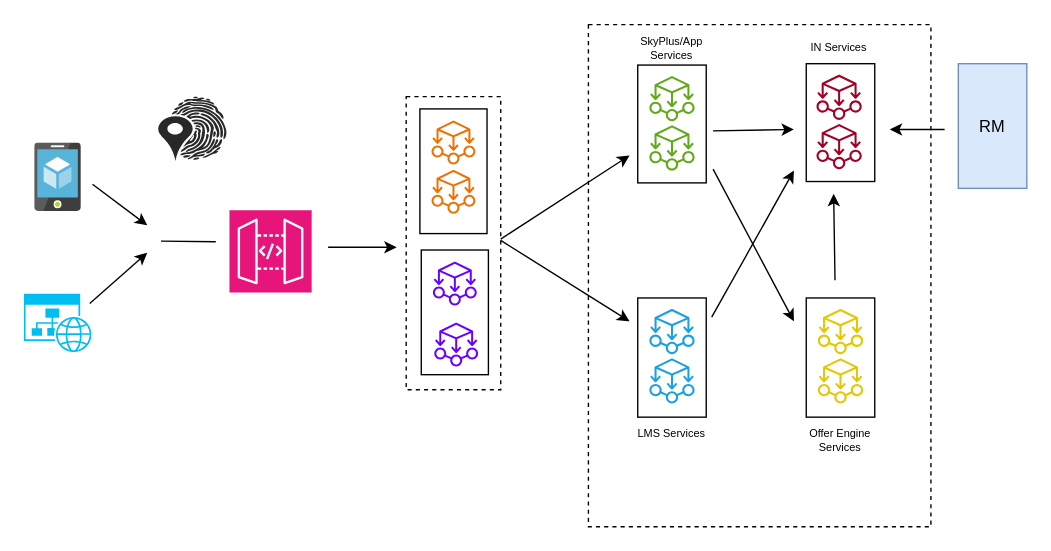
This is LM.drawio from nchauhan4/drawings, a draw.io file, before an edit. Source tidied: cells renumbered, new cells numbered last; positions are measured from the earlier drawing's top-left corner, leaving out a move shared by most shapes. Both pictures are drawn from the tidied source at 137%, with x=0, y=0 at pixel (23, 25).
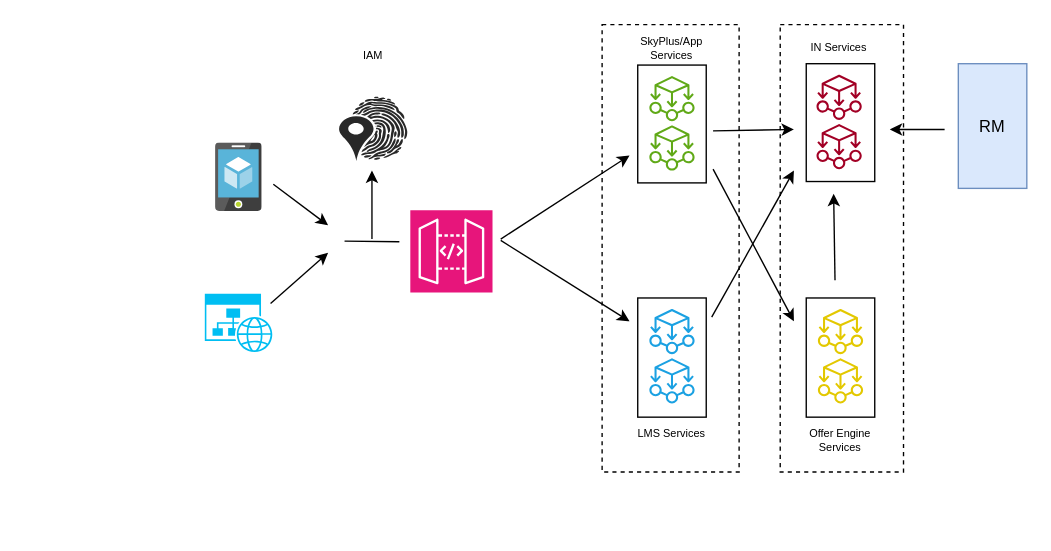
The same page after the edit.

Change to the diagram source:
```diff
@@
+    <mxCell id="42" style="rounded=0;whiteSpace=wrap;html=1;dashed=1;" parent="1" vertex="1">
+      <mxGeometry x="552" y="-0.5" width="90" height="326.5" as="geometry" />
+    </mxCell>
     <mxCell id="2" style="rounded=0;whiteSpace=wrap;html=1;dashed=1;" parent="1" vertex="1">
-      <mxGeometry x="412" y="-0.5" width="250" height="366.5" as="geometry" />
+      <mxGeometry x="422" y="-0.5" width="100" height="326.5" as="geometry" />
     </mxCell>
-    <mxCell id="3" style="rounded=0;whiteSpace=wrap;html=1;dashed=1;" parent="1" vertex="1">
-      <mxGeometry x="279" y="52" width="69" height="214" as="geometry" />
-    </mxCell>
     <mxCell id="4" style="image;sketch=0;html=1;align=center;fontSize=12;image=img/lib/mscae/App_Service_Mobile_App.svg;" parent="1" vertex="1">
-      <mxGeometry x="8" y="86" width="34" height="50" as="geometry" />
+      <mxGeometry x="140" y="86" width="34" height="50" as="geometry" />
     </mxCell>
     <mxCell id="5" style="verticalLabelPosition=bottom;html=1;verticalAlign=top;align=center;strokeColor=none;fillColor=#00BEF2;shape=mxgraph.azure.website_generic;" parent="1" vertex="1">
-      <mxGeometry y="196" width="50" height="42.5" as="geometry" />
+      <mxGeometry x="132" y="196" width="50" height="42.5" as="geometry" />
     </mxCell>
     <mxCell id="6" style="sketch=0;fontColor=#232F3E;fillColor=#E7157B;strokeColor=#ffffff;dashed=0;verticalLabelPosition=bottom;verticalAlign=top;align=center;html=1;fontSize=12;fontStyle=0;shape=mxgraph.aws4.resourceIcon;resIcon=mxgraph.aws4.api_gateway;" parent="1" vertex="1">
-      <mxGeometry x="150" y="135" width="60" height="60" as="geometry" />
+      <mxGeometry x="282" y="135" width="60" height="60" as="geometry" />
     </mxCell>
-    <mxCell id="7" style="rounded=0;whiteSpace=wrap;html=1;" parent="1" vertex="1">
-      <mxGeometry x="290" y="164" width="49" height="91" as="geometry" />
-    </mxCell>
-    <mxCell id="8" style="sketch=0;fontColor=#ffffff;fillColor=#6a00ff;strokeColor=#3700CC;dashed=0;verticalLabelPosition=bottom;verticalAlign=top;align=center;html=1;fontSize=12;fontStyle=0;shape=mxgraph.aws4.ec2_aws_microservice_extractor_for_net;" parent="1" vertex="1">
-      <mxGeometry x="298.5" y="172" width="32" height="33" as="geometry" />
-    </mxCell>
-    <mxCell id="9" style="sketch=0;fontColor=#ffffff;fillColor=#6a00ff;strokeColor=#3700CC;dashed=0;verticalLabelPosition=bottom;verticalAlign=top;align=center;html=1;fontSize=12;fontStyle=0;shape=mxgraph.aws4.ec2_aws_microservice_extractor_for_net;" parent="1" vertex="1">
-      <mxGeometry x="299.5" y="216.5" width="32" height="33" as="geometry" />
-    </mxCell>
-    <mxCell id="10" style="rounded=0;whiteSpace=wrap;html=1;" parent="1" vertex="1">
-      <mxGeometry x="289" y="61" width="49" height="91" as="geometry" />
-    </mxCell>
-    <mxCell id="11" style="sketch=0;fontColor=#ffffff;fillColor=#ED7100;strokeColor=#3700CC;dashed=0;verticalLabelPosition=bottom;verticalAlign=top;align=center;html=1;fontSize=12;fontStyle=0;shape=mxgraph.aws4.ec2_aws_microservice_extractor_for_net;" parent="1" vertex="1">
-      <mxGeometry x="297.5" y="69" width="32" height="33" as="geometry" />
-    </mxCell>
-    <mxCell id="12" style="sketch=0;fontColor=#ffffff;fillColor=#ED7100;strokeColor=#3700CC;dashed=0;verticalLabelPosition=bottom;verticalAlign=top;align=center;html=1;fontSize=12;fontStyle=0;shape=mxgraph.aws4.ec2_aws_microservice_extractor_for_net;" parent="1" vertex="1">
-      <mxGeometry x="297.5" y="105" width="32" height="33" as="geometry" />
-    </mxCell>
@@
     <mxCell id="30" style="endArrow=classic;html=1;rounded=0;" parent="1" edge="1">
       <mxGeometry relative="1" as="geometry">
-        <mxPoint x="50" y="116" as="sourcePoint" />
-        <mxPoint x="90" y="146" as="targetPoint" />
+        <mxPoint x="182" y="116" as="sourcePoint" />
+        <mxPoint x="222" y="146" as="targetPoint" />
       </mxGeometry>
     </mxCell>
-    <mxCell id="31" style="endArrow=classic;html=1;rounded=0;" parent="1" edge="1">
-      <mxGeometry relative="1" as="geometry">
-        <mxPoint x="222" y="162" as="sourcePoint" />
-        <mxPoint x="272" y="162" as="targetPoint" />
-      </mxGeometry>
-    </mxCell>
@@
     <mxCell id="39" style="endArrow=classic;html=1;rounded=0;" parent="1" edge="1">
       <mxGeometry relative="1" as="geometry">
-        <mxPoint x="48" y="203" as="sourcePoint" />
-        <mxPoint x="90" y="166" as="targetPoint" />
+        <mxPoint x="180" y="203" as="sourcePoint" />
+        <mxPoint x="222" y="166" as="targetPoint" />
       </mxGeometry>
     </mxCell>
     <mxCell id="40" style="endArrow=none;html=1;rounded=0;" parent="1" edge="1">
       <mxGeometry relative="1" as="geometry">
-        <mxPoint x="100" y="157.5" as="sourcePoint" />
-        <mxPoint x="140" y="158" as="targetPoint" />
+        <mxPoint x="234" y="157.5" as="sourcePoint" />
+        <mxPoint x="274" y="158" as="targetPoint" />
       </mxGeometry>
     </mxCell>
     <mxCell id="41" style="verticalLabelPosition=bottom;sketch=0;html=1;fillColor=#282828;strokeColor=none;verticalAlign=top;align=center;shape=mxgraph.cisco_safe.security_icons.iam;" parent="1" vertex="1">
-      <mxGeometry x="98" y="52" width="50" height="47" as="geometry" />
+      <mxGeometry x="230" y="52" width="50" height="47" as="geometry" />
     </mxCell>
+    <mxCell id="43" value="IAM" style="text;html=1;strokeColor=none;fillColor=none;align=center;verticalAlign=middle;whiteSpace=wrap;rounded=0;fontSize=8;" parent="1" vertex="1">
+      <mxGeometry x="225" y="7" width="60" height="30" as="geometry" />
+    </mxCell>
+    <mxCell id="44" style="endArrow=classic;html=1;rounded=0;" parent="1" edge="1">
+      <mxGeometry relative="1" as="geometry">
+        <mxPoint x="254" y="156" as="sourcePoint" />
+        <mxPoint x="254" y="106" as="targetPoint" />
+      </mxGeometry>
+    </mxCell>
```
